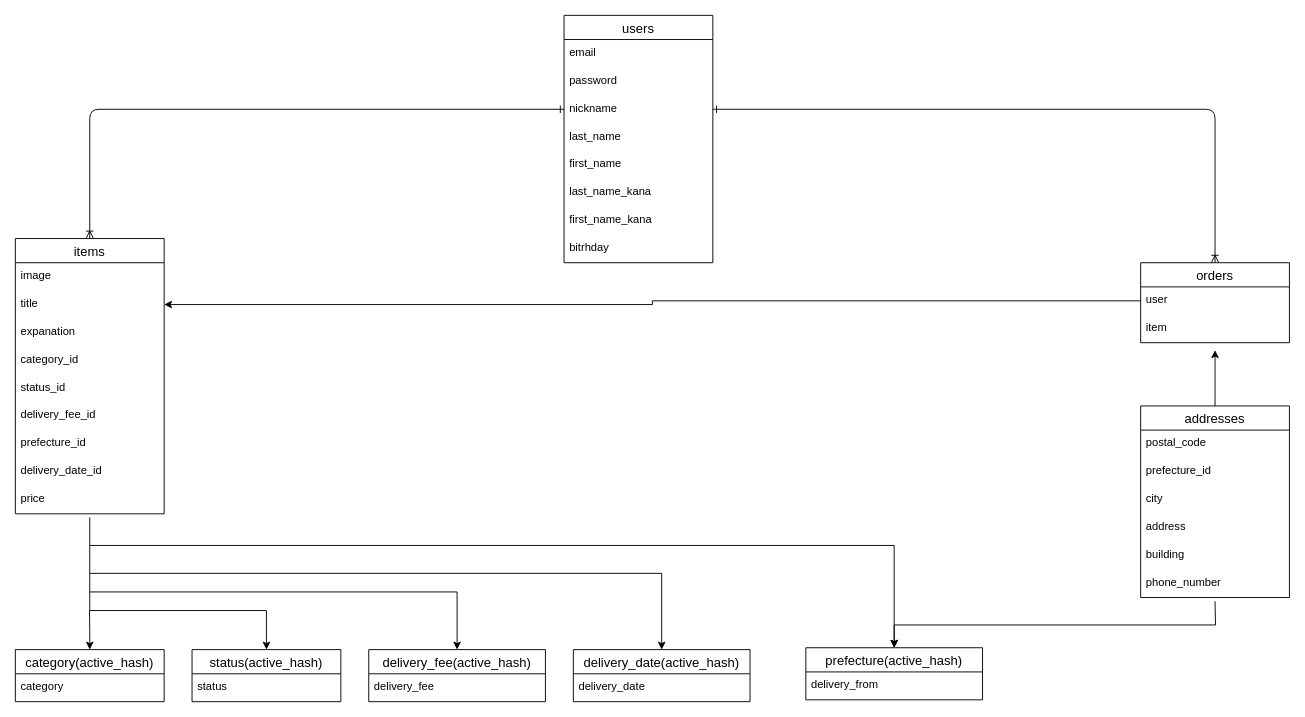
The draw.io diagram furima-31506.dio in lyonsan/furima-31506, before the edit. Source tidied: cells renumbered, new cells numbered last; positions are measured from the earlier drawing's top-left corner, leaving out a move shared by most shapes. Both pictures are drawn from the tidied source at 93%, with x=0, y=0 at pixel (15, 15).
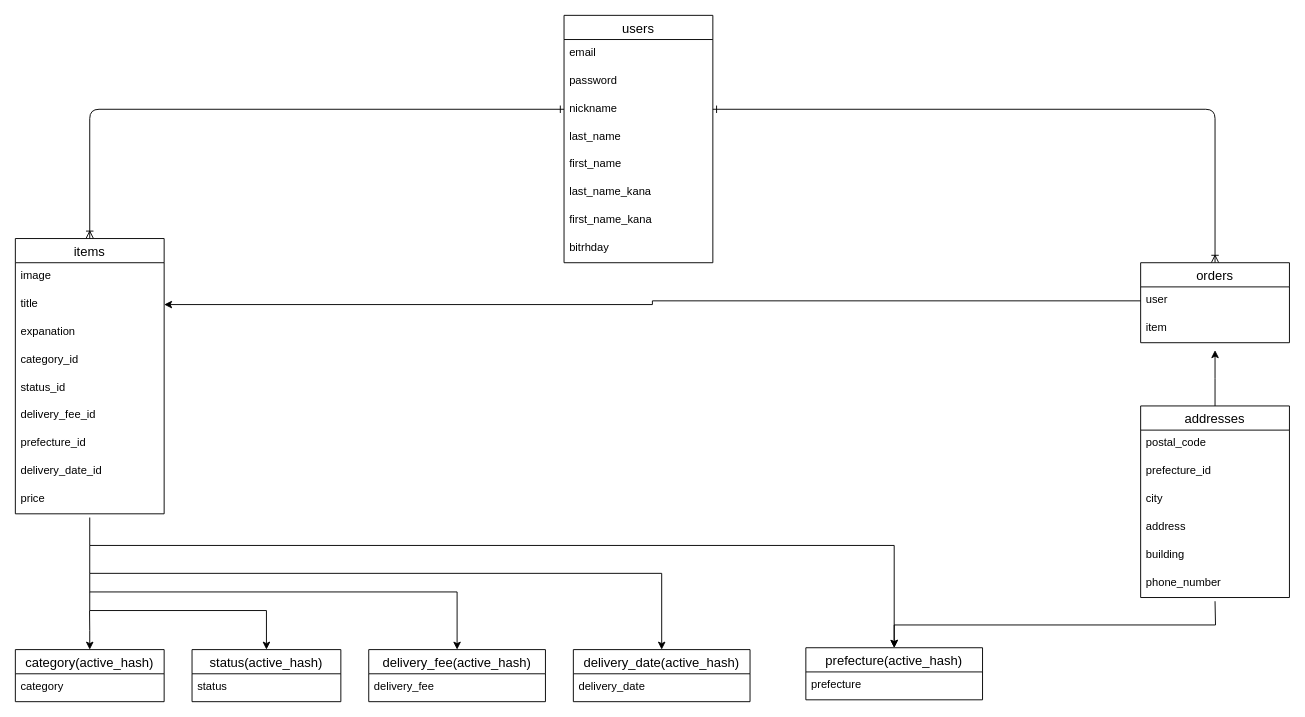
The same page after the edit.

The change refers to these unchanged cells:
```xml
<mxCell id="48" value="prefecture(active_hash)" style="swimlane;fontStyle=0;horizontal=1;startSize=26;align=center;fontSize=14;" parent="1" vertex="1">
  <mxGeometry x="850" y="680" width="190" height="56" as="geometry" />
</mxCell>
```

Diff of the diagram source:
```diff
@@
-    <mxCell id="49" value="delivery_from" style="text;strokeColor=none;fillColor=none;spacingLeft=4;spacingRight=4;overflow=hidden;fontSize=12;" parent="48" vertex="1">
+    <mxCell id="49" value="prefecture" style="text;strokeColor=none;fillColor=none;spacingLeft=4;spacingRight=4;overflow=hidden;fontSize=12;" parent="48" vertex="1">
       <mxGeometry y="26" width="190" height="30" as="geometry" />
     </mxCell>
```
